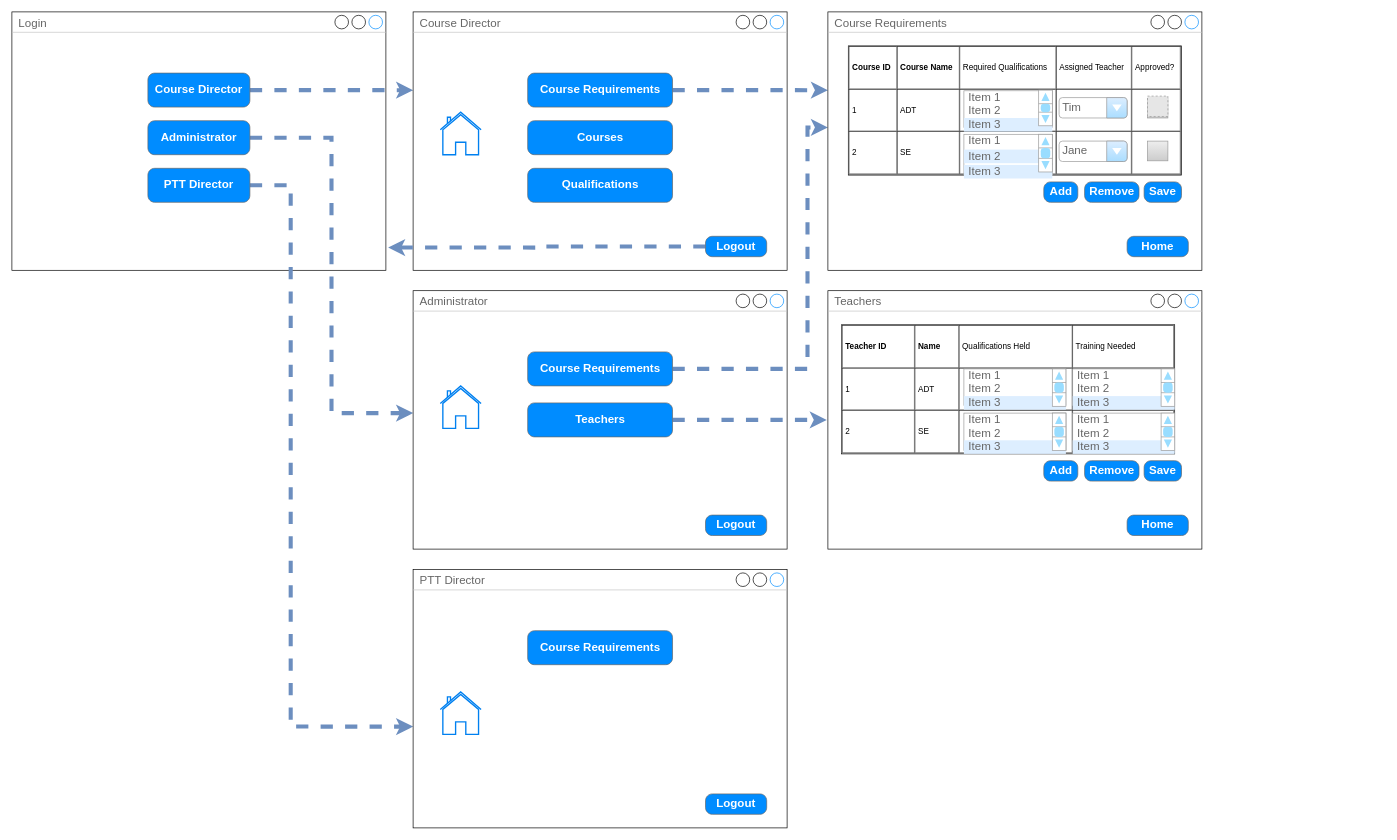
Above: Wireframes.drawio in big-dill/se-group-project (draw.io), before the change. Source tidied: cells renumbered, new cells numbered last; positions are measured from the earlier drawing's top-left corner, leaving out a move shared by most shapes. Both pictures are drawn from the tidied source at 68%, with x=0, y=0 at pixel (12, 12). Pictures stored in the file or linked from it are replaced by grey dashed boxes.
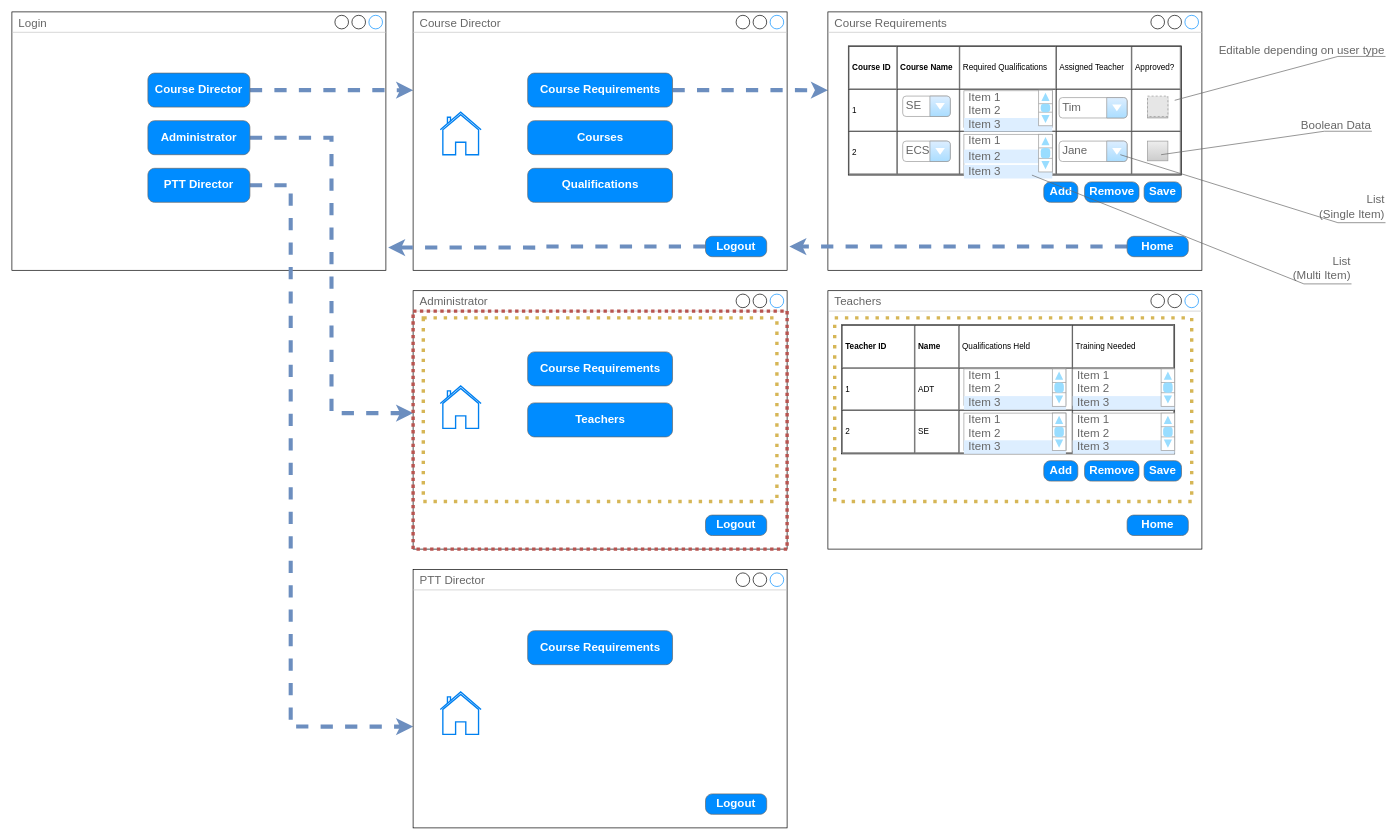
After the change.

The change refers to these unchanged cells:
```xml
<mxCell id="9" value="Course Director" style="strokeWidth=1;shadow=0;dashed=0;align=center;html=1;shape=mxgraph.mockup.containers.window;align=left;verticalAlign=top;spacingLeft=8;strokeColor2=#008cff;strokeColor3=#c4c4c4;fontColor=#666666;mainText=;fontSize=17;labelBackgroundColor=none;" parent="1" vertex="1">
  <mxGeometry x="590" width="550" height="380" as="geometry" />
</mxCell>
<mxCell id="16" value="Course Requirements" style="strokeWidth=1;shadow=0;dashed=0;align=center;html=1;shape=mxgraph.mockup.buttons.button;strokeColor=#666666;fontColor=#ffffff;mainText=;buttonStyle=round;fontSize=17;fontStyle=1;fillColor=#008cff;whiteSpace=wrap;" parent="1" vertex="1">
  <mxGeometry x="758.5" y="500" width="213" height="50" as="geometry" />
</mxCell>
<mxCell id="18" value="Teachers" style="strokeWidth=1;shadow=0;dashed=0;align=center;html=1;shape=mxgraph.mockup.buttons.button;strokeColor=#666666;fontColor=#ffffff;mainText=;buttonStyle=round;fontSize=17;fontStyle=1;fillColor=#008cff;whiteSpace=wrap;" parent="1" vertex="1">
  <mxGeometry x="758.5" y="575" width="213" height="50" as="geometry" />
</mxCell>
<mxCell id="21" value="Course Requirements" style="strokeWidth=1;shadow=0;dashed=0;align=center;html=1;shape=mxgraph.mockup.containers.window;align=left;verticalAlign=top;spacingLeft=8;strokeColor2=#008cff;strokeColor3=#c4c4c4;fontColor=#666666;mainText=;fontSize=17;labelBackgroundColor=none;" parent="1" vertex="1">
  <mxGeometry x="1200" width="550" height="380" as="geometry" />
</mxCell>
<mxCell id="26" value="Home" style="strokeWidth=1;shadow=0;dashed=0;align=center;html=1;shape=mxgraph.mockup.buttons.button;strokeColor=#666666;fontColor=#ffffff;mainText=;buttonStyle=round;fontSize=17;fontStyle=1;fillColor=#008cff;whiteSpace=wrap;" parent="1" vertex="1">
  <mxGeometry x="1640" y="330" width="90" height="30" as="geometry" />
</mxCell>
<mxCell id="27" value="Teachers" style="strokeWidth=1;shadow=0;dashed=0;align=center;html=1;shape=mxgraph.mockup.containers.window;align=left;verticalAlign=top;spacingLeft=8;strokeColor2=#008cff;strokeColor3=#c4c4c4;fontColor=#666666;mainText=;fontSize=17;labelBackgroundColor=none;" parent="1" vertex="1">
  <mxGeometry x="1200" y="410" width="550" height="380" as="geometry" />
</mxCell>
```

What changed in the source:
```diff
@@
-    <mxCell id="15" style="edgeStyle=orthogonalEdgeStyle;rounded=0;jettySize=auto;html=1;entryX=0;entryY=0.447;entryDx=0;entryDy=0;entryPerimeter=0;dashed=1;strokeColor=#6c8ebf;strokeWidth=6;fillColor=#dae8fc;" parent="1" edge="1" source="16" target="21">
-      <mxGeometry relative="1" as="geometry">
-        <Array as="points">
-          <mxPoint x="1170" y="525" />
-          <mxPoint x="1170" y="170" />
-        </Array>
-      </mxGeometry>
-    </mxCell>
@@
-    <mxCell id="17" style="edgeStyle=orthogonalEdgeStyle;rounded=0;jettySize=auto;html=1;entryX=-0.003;entryY=0.5;entryDx=0;entryDy=0;entryPerimeter=0;dashed=1;strokeColor=#6c8ebf;strokeWidth=6;fillColor=#dae8fc;" parent="1" edge="1" source="18" target="27">
-      <mxGeometry relative="1" as="geometry" />
-    </mxCell>
@@
+    <mxCell id="86" style="edgeStyle=orthogonalEdgeStyle;rounded=0;jettySize=auto;html=1;entryX=1.006;entryY=0.908;entryDx=0;entryDy=0;entryPerimeter=0;dashed=1;strokeColor=#6c8ebf;strokeWidth=6;fillColor=#dae8fc;" parent="1" edge="1" source="26" target="9">
+      <mxGeometry relative="1" as="geometry" />
+    </mxCell>
@@
     <mxCell id="32" style="group;" parent="1" vertex="1">
-      <mxGeometry x="1230" y="50" width="490" height="190" as="geometry" />
+      <mxGeometry x="1230" y="50" width="790" height="260" as="geometry" />
     </mxCell>
-    <mxCell id="33" value="&lt;table cellpadding=&quot;4&quot; cellspacing=&quot;0&quot; border=&quot;1&quot; style=&quot;font-size: 1em ; width: 100% ; height: 100%&quot;&gt;&lt;tbody&gt;&lt;tr&gt;&lt;th&gt;Course ID&lt;/th&gt;&lt;th&gt;Course Name&lt;/th&gt;&lt;td&gt;Required Qualifications&lt;/td&gt;&lt;td&gt;Assigned Teacher&lt;/td&gt;&lt;td&gt;Approved?&lt;/td&gt;&lt;/tr&gt;&lt;tr&gt;&lt;td&gt;1&lt;/td&gt;&lt;td&gt;ADT&lt;/td&gt;&lt;td&gt;&lt;br&gt;&lt;/td&gt;&lt;td&gt;&lt;br&gt;&lt;/td&gt;&lt;td&gt;&lt;br&gt;&lt;/td&gt;&lt;/tr&gt;&lt;tr&gt;&lt;td&gt;2&lt;/td&gt;&lt;td&gt;SE&lt;/td&gt;&lt;td&gt;&lt;br&gt;&lt;/td&gt;&lt;td&gt;&lt;br&gt;&lt;/td&gt;&lt;td&gt;&lt;br&gt;&lt;/td&gt;&lt;/tr&gt;&lt;/tbody&gt;&lt;/table&gt; " style="verticalAlign=top;align=left;overflow=fill;fontSize=12;fontFamily=Helvetica;html=1;" parent="32" vertex="1">
+    <mxCell id="33" value="&lt;table cellpadding=&quot;4&quot; cellspacing=&quot;0&quot; border=&quot;1&quot; style=&quot;font-size: 1em ; width: 100% ; height: 100%&quot;&gt;&lt;tbody&gt;&lt;tr&gt;&lt;th&gt;Course ID&lt;/th&gt;&lt;th&gt;Course Name&lt;/th&gt;&lt;td&gt;Required Qualifications&lt;/td&gt;&lt;td&gt;Assigned Teacher&lt;/td&gt;&lt;td&gt;Approved?&lt;/td&gt;&lt;/tr&gt;&lt;tr&gt;&lt;td&gt;1&lt;/td&gt;&lt;td&gt;&lt;br&gt;&lt;/td&gt;&lt;td&gt;&lt;br&gt;&lt;/td&gt;&lt;td&gt;&lt;br&gt;&lt;/td&gt;&lt;td&gt;&lt;br&gt;&lt;/td&gt;&lt;/tr&gt;&lt;tr&gt;&lt;td&gt;2&lt;/td&gt;&lt;td&gt;&lt;br&gt;&lt;/td&gt;&lt;td&gt;&lt;br&gt;&lt;/td&gt;&lt;td&gt;&lt;br&gt;&lt;/td&gt;&lt;td&gt;&lt;br&gt;&lt;/td&gt;&lt;/tr&gt;&lt;/tbody&gt;&lt;/table&gt; " style="verticalAlign=top;align=left;overflow=fill;fontSize=12;fontFamily=Helvetica;html=1;" parent="32" vertex="1">
       <mxGeometry width="490" height="190" as="geometry" />
     </mxCell>
@@
+    <mxCell id="87" value="List &lt;br&gt;(Single Item)" style="strokeWidth=1;shadow=0;dashed=0;align=center;html=1;shape=mxgraph.mockup.text.callout;linkText=;textSize=17;textColor=#666666;callDir=SE;callStyle=line;fontSize=17;fontColor=#666666;align=right;verticalAlign=bottom;strokeColor=#666666;" parent="32" vertex="1">
+      <mxGeometry x="400" y="160" width="390" height="100" as="geometry" />
+    </mxCell>
+    <mxCell id="88" value="SE" style="strokeWidth=1;shadow=0;dashed=0;align=center;html=1;shape=mxgraph.mockup.forms.comboBox;strokeColor=#999999;fillColor=#ddeeff;align=left;fillColor2=#aaddff;mainText=;fontColor=#666666;fontSize=17;spacingLeft=3;" parent="32" vertex="1">
+      <mxGeometry x="80" y="73.8" width="70" height="30" as="geometry" />
+    </mxCell>
+    <mxCell id="89" value="ECS" style="strokeWidth=1;shadow=0;dashed=0;align=center;html=1;shape=mxgraph.mockup.forms.comboBox;strokeColor=#999999;fillColor=#ddeeff;align=left;fillColor2=#aaddff;mainText=;fontColor=#666666;fontSize=17;spacingLeft=3;" parent="32" vertex="1">
+      <mxGeometry x="80" y="140" width="70" height="30" as="geometry" />
+    </mxCell>
@@
+    <mxCell id="90" value="Editable depending on user type" style="strokeWidth=1;shadow=0;dashed=0;align=center;html=1;shape=mxgraph.mockup.text.callout;linkText=;textSize=17;textColor=#666666;callDir=NE;callStyle=line;fontSize=17;fontColor=#666666;align=right;verticalAlign=top;strokeColor=#666666;" parent="1" vertex="1">
+      <mxGeometry x="1710" y="40" width="310" height="90" as="geometry" />
+    </mxCell>
+    <mxCell id="91" value="Boolean Data" style="strokeWidth=1;shadow=0;dashed=0;align=center;html=1;shape=mxgraph.mockup.text.callout;linkText=;textSize=17;textColor=#666666;callDir=NE;callStyle=line;fontSize=17;fontColor=#666666;align=right;verticalAlign=top;strokeColor=#666666;" parent="1" vertex="1">
+      <mxGeometry x="1690" y="150" width="310" height="60" as="geometry" />
+    </mxCell>
+    <mxCell id="92" value="List &lt;br&gt;(Multi Item)" style="strokeWidth=1;shadow=0;dashed=0;align=center;html=1;shape=mxgraph.mockup.text.callout;linkText=;textSize=17;textColor=#666666;callDir=SE;callStyle=line;fontSize=17;fontColor=#666666;align=right;verticalAlign=bottom;strokeColor=#666666;" parent="1" vertex="1">
+      <mxGeometry x="1500" y="240" width="470" height="160" as="geometry" />
+    </mxCell>
+    <mxCell id="93" style="rounded=0;whiteSpace=wrap;html=1;fillColor=none;dashed=1;strokeColor=#d6b656;strokeWidth=5;dashPattern=1 2;" parent="1" vertex="1">
+      <mxGeometry x="605" y="450" width="520" height="270" as="geometry" />
+    </mxCell>
+    <mxCell id="94" style="rounded=0;whiteSpace=wrap;html=1;fillColor=none;dashed=1;strokeColor=#b85450;strokeWidth=5;dashPattern=1 1;" parent="1" vertex="1">
+      <mxGeometry x="590" y="440" width="550" height="350" as="geometry" />
+    </mxCell>
+    <mxCell id="95" style="rounded=0;whiteSpace=wrap;html=1;fillColor=none;dashed=1;strokeColor=#d6b656;strokeWidth=5;dashPattern=1 2;" parent="1" vertex="1">
+      <mxGeometry x="1210" y="450" width="525" height="270" as="geometry" />
+    </mxCell>
```
